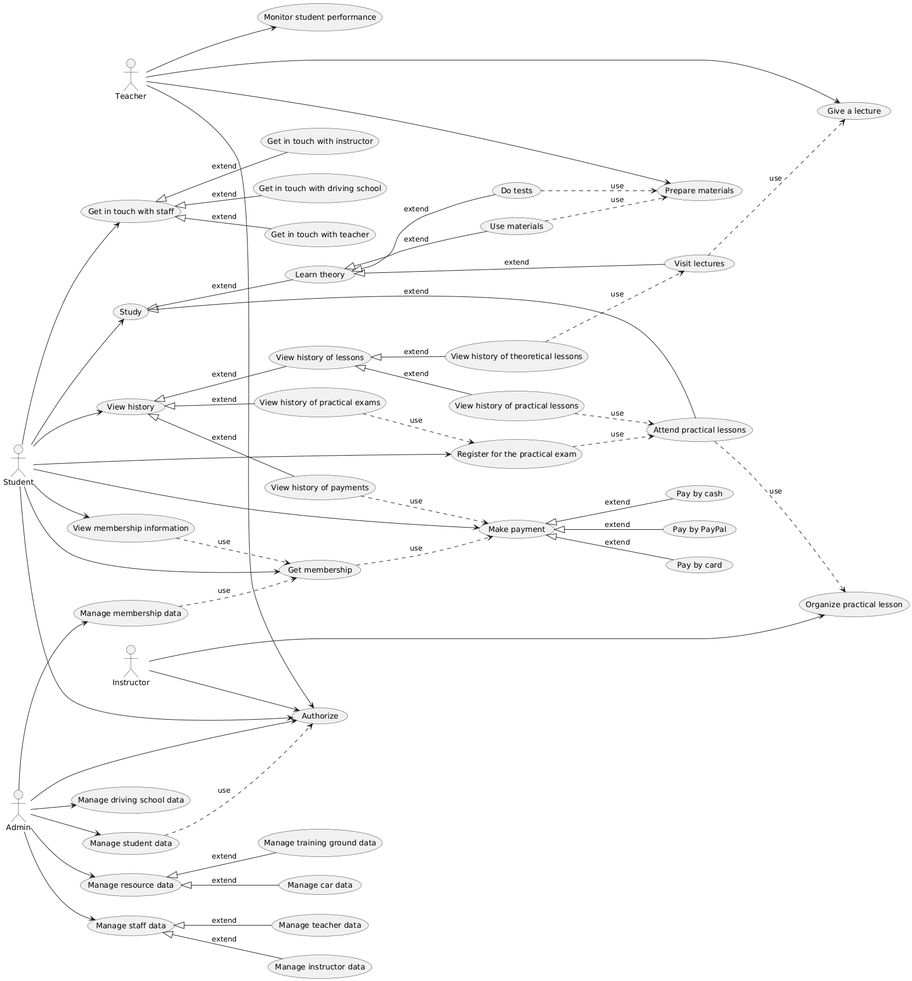
Above: Lab 2/PlantUML/Use case diagram.png in KyryloBB/Software-engineering-components (PlantUML), before the change. Source of this version:
```plantuml
@startuml
left to right direction

Actor "Student" as Student
Actor "Teacher" as Teacher
Actor "Instructor" as Instructor
Actor "Admin" as Admin

Usecase "Authorize" as UC
Usecase "Make payment" as SC1
Usecase "Pay by PayPal" as SC2
Usecase "Pay by card" as SC3
Usecase "Pay by cash" as SC4
Usecase "Get membership" as SC5
Usecase "View membership information" as SC6
Usecase "Study" as SC7
Usecase "Learn theory" as SC8
Usecase "Do tests" as SC9
Usecase "Visit lectures" as SC10
Usecase "Use materials" as SC11
Usecase "Attend practical lessons" as SC12
Usecase "Register for the practical exam" as SC13
Usecase "View history" as SC14
Usecase "View history of payments" as SC15
Usecase "View history of practical exams" as SC16
Usecase "View history of lessons" as SC17
Usecase "View history of theoretical lessons" as SC18
Usecase "View history of practical lessons" as SC19
Usecase "Get in touch with staff" as SC20
Usecase "Get in touch with driving school" as SC21
Usecase "Get in touch with teacher" as SC22
Usecase "Get in touch with instructor" as SC23

Student --> UC
Student --> SC1
Student --> SC5
Student --> SC6
Student --> SC7
Student --> SC13
Student --> SC14
Student --> SC20

SC1 <|-- SC2 : extend
SC1 <|-- SC3 : extend
SC1 <|-- SC4 : extend
SC7 <|-- SC8 : extend
SC8 <|-- SC9 : extend
SC8 <|-- SC10 : extend
SC8 <|-- SC11 : extend
SC7 <|-- SC12 : extend
SC14 <|-- SC15 : extend
SC14 <|-- SC16 : extend
SC14 <|-- SC17 : extend
SC17 <|-- SC18 : extend
SC17 <|-- SC19 : extend
SC20 <|-- SC21 : extend
SC20 <|-- SC22 : extend
SC20 <|-- SC23 : extend

SC5 ..> SC1 : use
SC6 ..> SC5 : use
SC15 ..> SC1 : use
SC16 ..> SC13 : use
SC18 ..> SC10 : use
SC19 ..> SC12 : use
SC13 ..> SC12 : use

Usecase "Give a lecture" as TC1
Usecase "Prepare materials" as TC2
Usecase "Monitor student performance" as TC3

Teacher --> UC
Teacher --> TC1
Teacher --> TC2
Teacher --> TC3

SC9 ..> TC2 : use
SC10 ..> TC1 : use
SC11 ..> TC2 : use

Usecase "Organize practical lesson" as IC1
Instructor --> UC
Instructor --> IC1
SC12 ..> IC1 : use

Usecase "Manage student data" as AC1
Usecase "Manage membership data" as AC2
Usecase "Manage driving school data" as AC3
Usecase "Manage staff data" as AC4
Usecase "Manage teacher data" as AC5
Usecase "Manage instructor data" as AC6
Usecase "Manage resource data" as AC7
Usecase "Manage training ground data" as AC8
Usecase "Manage car data" as AC9

Admin --> UC
Admin --> AC1
Admin --> AC2
Admin --> AC3
Admin --> AC4
Admin --> AC7

AC4 <|-- AC5 : extend
AC4 <|-- AC6 : extend
AC7 <|-- AC8 : extend
AC7 <|-- AC9 : extend

AC1 ..> UC : use
AC2 ..> SC5 : use
@enduml
```
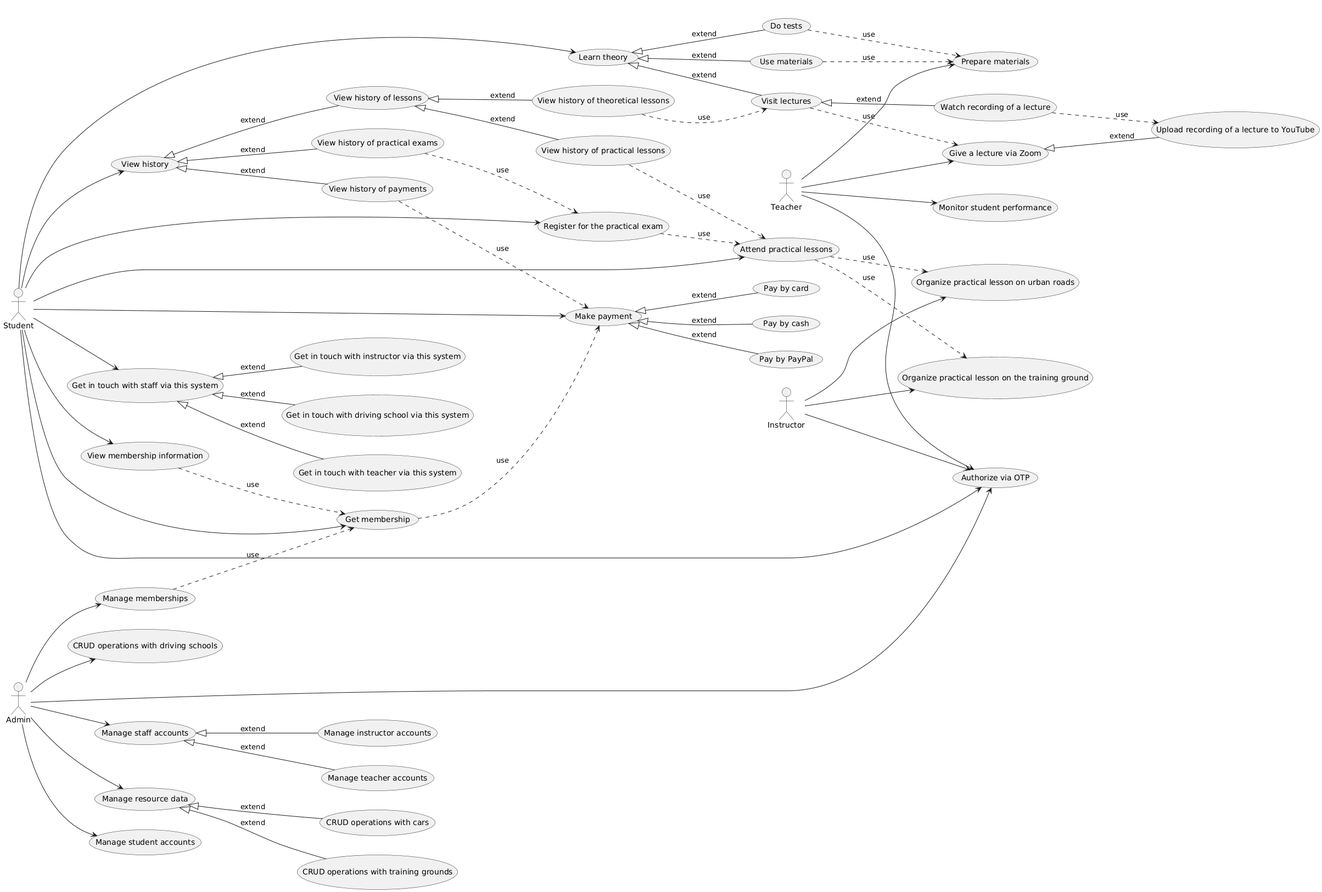
After the change.

Commit message:
edited use case diagram

Diff of the diagram source:
```diff
@@ -6,14 +6,13 @@
 Actor "Instructor" as Instructor
 Actor "Admin" as Admin
 
-Usecase "Authorize" as UC
+Usecase "Authorize via OTP" as UC
 Usecase "Make payment" as SC1
 Usecase "Pay by PayPal" as SC2
 Usecase "Pay by card" as SC3
 Usecase "Pay by cash" as SC4
 Usecase "Get membership" as SC5
 Usecase "View membership information" as SC6
-Usecase "Study" as SC7
 Usecase "Learn theory" as SC8
 Usecase "Do tests" as SC9
 Usecase "Visit lectures" as SC10
@@ -26,16 +25,18 @@
 Usecase "View history of lessons" as SC17
 Usecase "View history of theoretical lessons" as SC18
 Usecase "View history of practical lessons" as SC19
-Usecase "Get in touch with staff" as SC20
-Usecase "Get in touch with driving school" as SC21
-Usecase "Get in touch with teacher" as SC22
-Usecase "Get in touch with instructor" as SC23
+Usecase "Get in touch with staff via this system" as SC20
+Usecase "Get in touch with driving school via this system" as SC21
+Usecase "Get in touch with teacher via this system" as SC22
+Usecase "Get in touch with instructor via this system" as SC23
+Usecase "Watch recording of a lecture" as SC24
 
 Student --> UC
 Student --> SC1
 Student --> SC5
 Student --> SC6
-Student --> SC7
+Student --> SC8
+Student --> SC12
 Student --> SC13
 Student --> SC14
 Student --> SC20
@@ -43,11 +44,9 @@
 SC1 <|-- SC2 : extend
 SC1 <|-- SC3 : extend
 SC1 <|-- SC4 : extend
-SC7 <|-- SC8 : extend
 SC8 <|-- SC9 : extend
 SC8 <|-- SC10 : extend
 SC8 <|-- SC11 : extend
-SC7 <|-- SC12 : extend
 SC14 <|-- SC15 : extend
 SC14 <|-- SC16 : extend
 SC14 <|-- SC17 : extend
@@ -56,6 +55,7 @@
 SC20 <|-- SC21 : extend
 SC20 <|-- SC22 : extend
 SC20 <|-- SC23 : extend
+SC10 <|-- SC24 : extend
 
 SC5 ..> SC1 : use
 SC6 ..> SC5 : use
@@ -65,9 +65,10 @@
 SC19 ..> SC12 : use
 SC13 ..> SC12 : use
 
-Usecase "Give a lecture" as TC1
+Usecase "Give a lecture via Zoom" as TC1
 Usecase "Prepare materials" as TC2
 Usecase "Monitor student performance" as TC3
+Usecase "Upload recording of a lecture to YouTube" as TC4
 
 Teacher --> UC
 Teacher --> TC1
@@ -77,21 +78,29 @@
 SC9 ..> TC2 : use
 SC10 ..> TC1 : use
 SC11 ..> TC2 : use
+SC24 ..> TC4 : use
 
-Usecase "Organize practical lesson" as IC1
+TC1 <|-- TC4 : extend
+
+Usecase "Organize practical lesson on the training ground" as IC1
+Usecase "Organize practical lesson on urban roads" as IC2
+
 Instructor --> UC
 Instructor --> IC1
+Instructor --> IC2
+
 SC12 ..> IC1 : use
+SC12 ..> IC2 : use
 
-Usecase "Manage student data" as AC1
-Usecase "Manage membership data" as AC2
-Usecase "Manage driving school data" as AC3
-Usecase "Manage staff data" as AC4
-Usecase "Manage teacher data" as AC5
-Usecase "Manage instructor data" as AC6
+Usecase "Manage student accounts" as AC1
+Usecase "Manage memberships" as AC2
+Usecase "CRUD operations with driving schools" as AC3
+Usecase "Manage staff accounts" as AC4
+Usecase "Manage teacher accounts" as AC5
+Usecase "Manage instructor accounts" as AC6
 Usecase "Manage resource data" as AC7
-Usecase "Manage training ground data" as AC8
-Usecase "Manage car data" as AC9
+Usecase "CRUD operations with training grounds" as AC8
+Usecase "CRUD operations with cars" as AC9
 
 Admin --> UC
 Admin --> AC1
@@ -105,6 +114,5 @@
 AC7 <|-- AC8 : extend
 AC7 <|-- AC9 : extend
 
-AC1 ..> UC : use
 AC2 ..> SC5 : use
 @enduml
```
